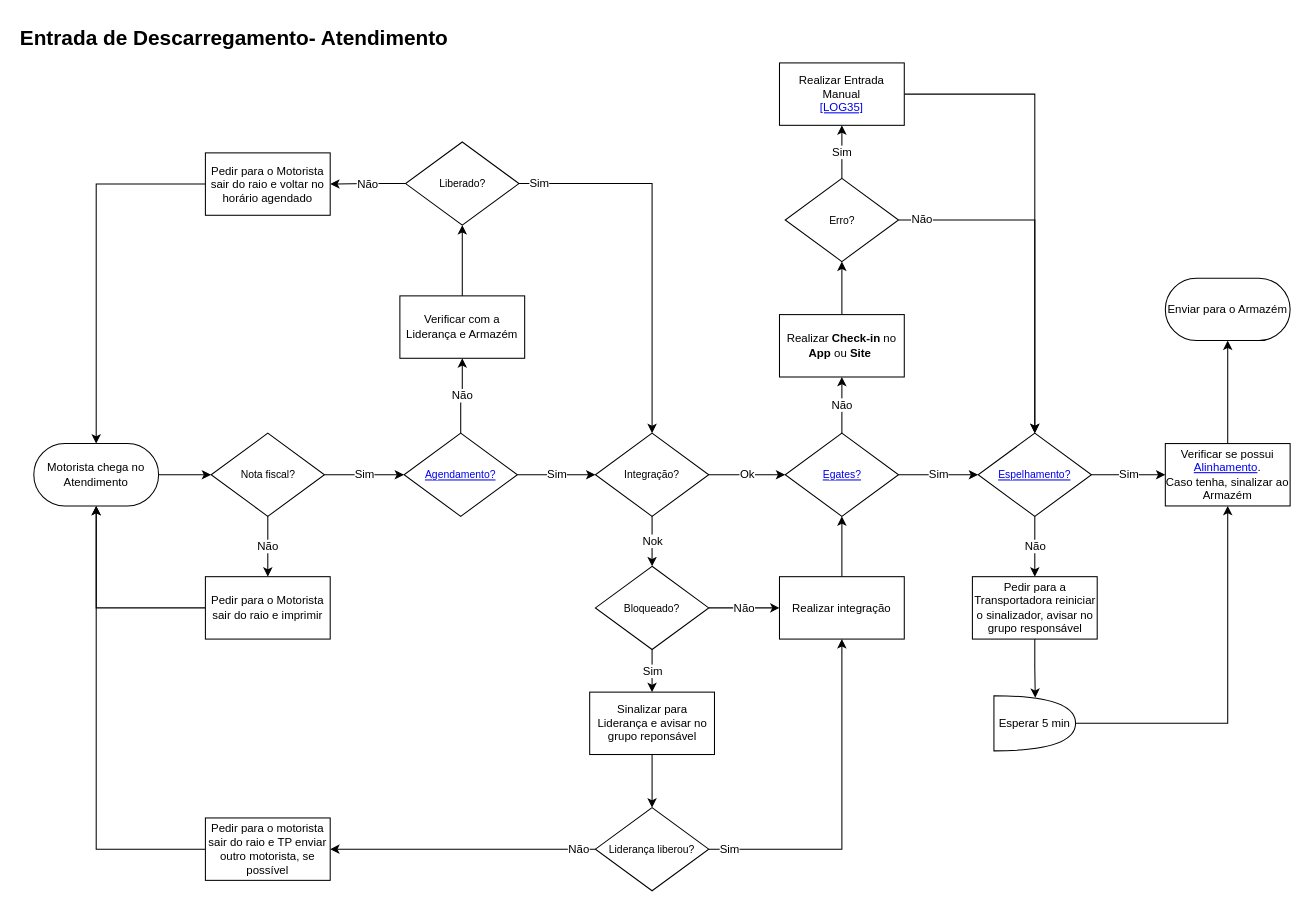
Above: Descarregamento.drawio in VictorAlvesMatias/fluxogramas (draw.io), before the change. Source tidied: cells renumbered, new cells numbered last; positions are measured from the earlier drawing's top-left corner, leaving out a move shared by most shapes. Both pictures are drawn from the tidied source at 104%, with x=0, y=0 at pixel (18, 18).
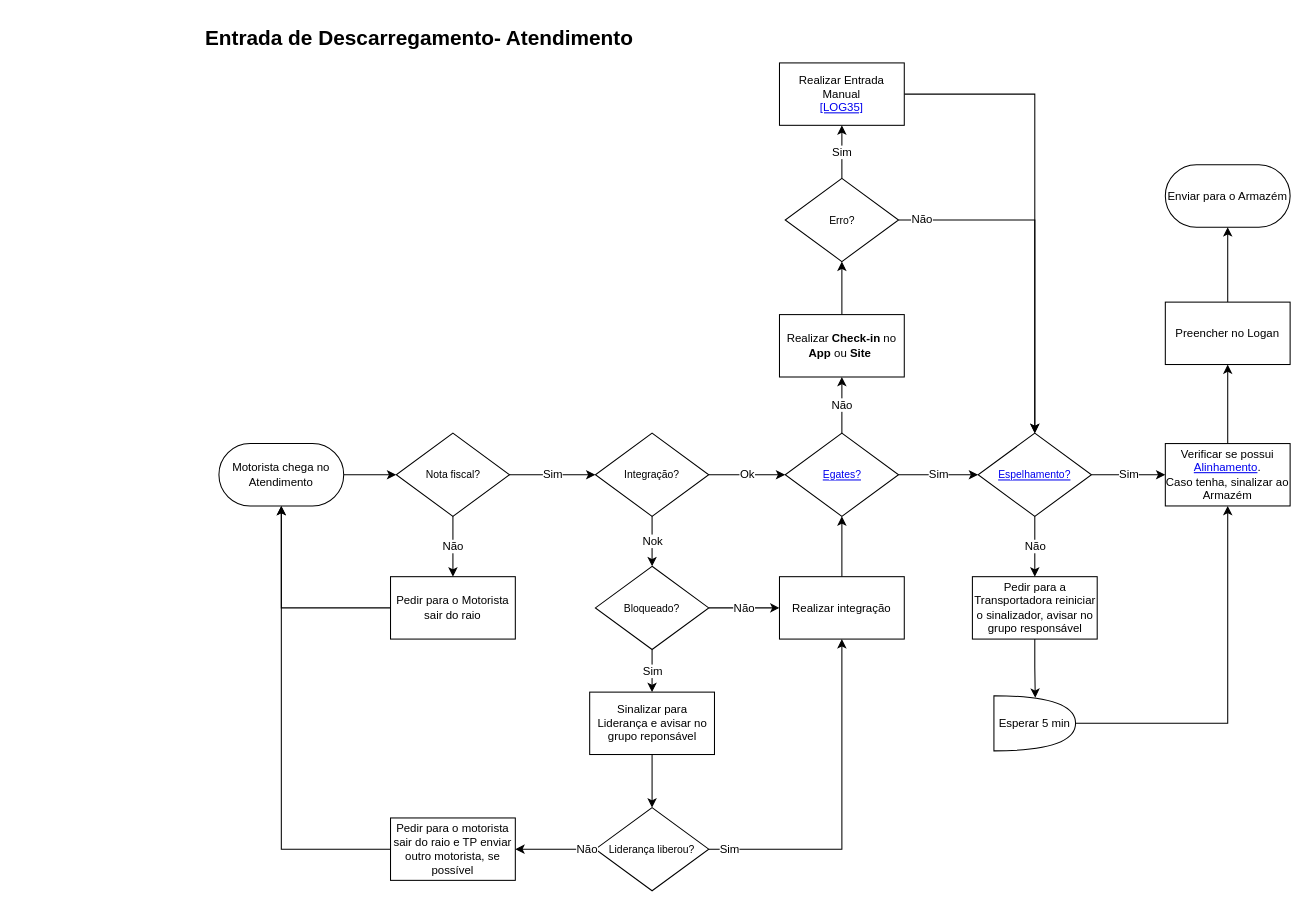
The same diagram, later.

Unchanged cells that the change refers to:
```xml
<mxCell id="39" value="Esperar 5 min" style="shape=or;whiteSpace=wrap;html=1;fontFamily=Helvetica;fontSize=11;fontColor=default;labelBackgroundColor=default;" parent="1" vertex="1">
  <mxGeometry x="938.2" y="651.5" width="78.5" height="53" as="geometry" />
</mxCell>
<mxCell id="45" value="Integração?" style="rhombus;whiteSpace=wrap;html=1;fontSize=10;" parent="1" vertex="1">
  <mxGeometry x="555" y="399" width="109" height="80" as="geometry" />
</mxCell>
```

The edit, as a diff of the source:
```diff
@@
     <mxCell id="2" value="Entrada de Descarregamento- Atendimento&lt;div style=&quot;&quot;&gt;&lt;br&gt;&lt;/div&gt;" style="text;html=1;align=left;verticalAlign=middle;whiteSpace=wrap;rounded=0;fontStyle=1;fontSize=20;" parent="1" vertex="1">
-      <mxGeometry width="435" height="59.3" as="geometry" />
+      <mxGeometry x="178" width="435" height="59.3" as="geometry" />
     </mxCell>
@@
     <mxCell id="4" value="Motorista chega no Atendimento" style="rounded=1;whiteSpace=wrap;html=1;arcSize=50;fontSize=11;" parent="1" vertex="1">
-      <mxGeometry x="15" y="409" width="120" height="60" as="geometry" />
+      <mxGeometry x="193" y="409" width="120" height="60" as="geometry" />
     </mxCell>
     <mxCell id="5" value="Nota fiscal?" style="rhombus;whiteSpace=wrap;html=1;fontSize=10;" parent="1" vertex="1">
-      <mxGeometry x="185.5" y="399" width="109" height="80" as="geometry" />
+      <mxGeometry x="363.5" y="399" width="109" height="80" as="geometry" />
     </mxCell>
@@
-    <mxCell id="7" value="Pedir para o Motorista sair do raio e imprimir" style="rounded=0;whiteSpace=wrap;html=1;fontSize=11;" parent="1" vertex="1">
-      <mxGeometry x="180" y="537" width="120" height="60" as="geometry" />
+    <mxCell id="7" value="Pedir para o Motorista sair do raio" style="rounded=0;whiteSpace=wrap;html=1;fontSize=11;" parent="1" vertex="1">
+      <mxGeometry x="358" y="537" width="120" height="60" as="geometry" />
     </mxCell>
@@
-    <mxCell id="9" value="Sim" style="edgeStyle=orthogonalEdgeStyle;rounded=0;jettySize=auto;html=1;entryX=0;entryY=0.5;entryDx=0;entryDy=0;strokeColor=#000000;exitX=1;exitY=0.5;exitDx=0;exitDy=0;" parent="1" edge="1" source="5">
-      <mxGeometry relative="1" as="geometry">
-        <mxPoint x="371" y="439" as="targetPoint" />
-      </mxGeometry>
+    <mxCell id="9" value="Sim" style="edgeStyle=orthogonalEdgeStyle;rounded=0;jettySize=auto;html=1;entryX=0;entryY=0.5;entryDx=0;entryDy=0;strokeColor=#000000;exitX=1;exitY=0.5;exitDx=0;exitDy=0;" parent="1" edge="1" source="5" target="45">
+      <mxGeometry relative="1" as="geometry" />
     </mxCell>
     <mxCell id="10" style="edgeStyle=orthogonalEdgeStyle;rounded=0;jettySize=auto;html=1;entryX=0.5;entryY=0;entryDx=0;entryDy=0;exitX=0.5;exitY=1;exitDx=0;exitDy=0;strokeColor=#FF0000;" parent="1" edge="1" source="5">
       <mxGeometry relative="1" as="geometry">
-        <mxPoint x="240" y="479" as="targetPoint" />
+        <mxPoint x="418" y="479" as="targetPoint" />
       </mxGeometry>
     </mxCell>
-    <mxCell id="11" value="Não" style="edgeStyle=orthogonalEdgeStyle;rounded=0;jettySize=auto;html=1;entryX=0.5;entryY=1;entryDx=0;entryDy=0;strokeColor=default;align=center;verticalAlign=middle;fontFamily=Helvetica;fontSize=11;fontColor=default;labelBackgroundColor=default;endArrow=classic;" parent="1" edge="1" source="12" target="31">
-      <mxGeometry relative="1" as="geometry" />
-    </mxCell>
-    <mxCell id="12" value="&lt;a href=&quot;https://trackandtrace.com.br/core/monitoring/schedule&quot;&gt;Agendamento?&lt;/a&gt;" style="rhombus;whiteSpace=wrap;html=1;fontSize=10;" parent="1" vertex="1">
-      <mxGeometry x="371" y="399" width="109" height="80" as="geometry" />
-    </mxCell>
-    <mxCell id="13" value="Sim" style="edgeStyle=orthogonalEdgeStyle;rounded=0;jettySize=auto;html=1;entryX=0;entryY=0.5;entryDx=0;entryDy=0;strokeColor=#000000;exitX=1;exitY=0.5;exitDx=0;exitDy=0;" parent="1" edge="1" source="12" target="45">
-      <mxGeometry relative="1" as="geometry" />
-    </mxCell>
@@
-    <mxCell id="30" style="edgeStyle=orthogonalEdgeStyle;rounded=0;jettySize=auto;html=1;entryX=0.5;entryY=1;entryDx=0;entryDy=0;strokeColor=default;align=center;verticalAlign=middle;fontFamily=Helvetica;fontSize=11;fontColor=default;labelBackgroundColor=default;endArrow=classic;" parent="1" edge="1" source="31" target="34">
-      <mxGeometry relative="1" as="geometry" />
-    </mxCell>
-    <mxCell id="31" value="Verificar com a Liderança e Armazém" style="rounded=0;whiteSpace=wrap;html=1;fontSize=11;" parent="1" vertex="1">
-      <mxGeometry x="367" y="267" width="120" height="60" as="geometry" />
-    </mxCell>
-    <mxCell id="32" style="edgeStyle=orthogonalEdgeStyle;rounded=0;jettySize=auto;html=1;strokeColor=default;align=center;verticalAlign=middle;fontFamily=Helvetica;fontSize=11;fontColor=default;labelBackgroundColor=default;endArrow=classic;exitX=1;exitY=0.5;exitDx=0;exitDy=0;" parent="1" edge="1" source="34" target="45">
-      <mxGeometry relative="1" as="geometry" />
-    </mxCell>
-    <mxCell id="33" value="Não" style="edgeStyle=orthogonalEdgeStyle;rounded=0;jettySize=auto;html=1;entryX=1;entryY=0.5;entryDx=0;entryDy=0;strokeColor=default;align=center;verticalAlign=middle;fontFamily=Helvetica;fontSize=11;fontColor=default;labelBackgroundColor=default;endArrow=classic;exitX=0;exitY=0.5;exitDx=0;exitDy=0;" parent="1" edge="1" source="34" target="37">
-      <mxGeometry relative="1" as="geometry" />
-    </mxCell>
-    <mxCell id="34" value="Liberado?" style="rhombus;whiteSpace=wrap;html=1;fontSize=10;" parent="1" vertex="1">
-      <mxGeometry x="372.5" y="119" width="109" height="80" as="geometry" />
-    </mxCell>
-    <mxCell id="35" value="Sim" style="text;html=1;align=center;verticalAlign=middle;whiteSpace=wrap;rounded=0;fontFamily=Helvetica;fontSize=11;fontColor=default;labelBackgroundColor=default;" parent="1" vertex="1">
-      <mxGeometry x="491" y="153" width="21" height="11" as="geometry" />
-    </mxCell>
-    <mxCell id="36" style="edgeStyle=orthogonalEdgeStyle;rounded=0;jettySize=auto;html=1;strokeColor=default;align=center;verticalAlign=middle;fontFamily=Helvetica;fontSize=11;fontColor=default;labelBackgroundColor=default;endArrow=classic;" parent="1" edge="1" source="37" target="4">
-      <mxGeometry relative="1" as="geometry" />
-    </mxCell>
-    <mxCell id="37" value="Pedir para o Motorista sair do raio e voltar no horário agendado" style="rounded=0;whiteSpace=wrap;html=1;fontSize=11;" parent="1" vertex="1">
-      <mxGeometry x="180" y="129.5" width="120" height="60" as="geometry" />
-    </mxCell>
-    <mxCell id="38" style="edgeStyle=orthogonalEdgeStyle;rounded=0;jettySize=auto;html=1;strokeColor=default;align=center;verticalAlign=middle;fontFamily=Helvetica;fontSize=11;fontColor=default;labelBackgroundColor=default;endArrow=classic;" parent="1" edge="1" source="39" target="41">
+    <mxCell id="38" style="edgeStyle=orthogonalEdgeStyle;rounded=0;jettySize=auto;html=1;strokeColor=default;align=center;verticalAlign=middle;fontFamily=Helvetica;fontSize=11;fontColor=default;labelBackgroundColor=default;endArrow=classic;entryX=0.5;entryY=1;entryDx=0;entryDy=0;" parent="1" edge="1" source="39" target="41">
       <mxGeometry relative="1" as="geometry" />
     </mxCell>
@@
-    <mxCell id="40" style="edgeStyle=orthogonalEdgeStyle;rounded=0;jettySize=auto;html=1;strokeColor=default;align=center;verticalAlign=middle;fontFamily=Helvetica;fontSize=11;fontColor=default;labelBackgroundColor=default;endArrow=classic;" parent="1" edge="1" source="41" target="42">
-      <mxGeometry relative="1" as="geometry" />
-    </mxCell>
-    <mxCell id="41" value="Verificar se possui &lt;a href=&quot;https://anheuserbuschinbev-my.sharepoint.com/:x:/r/personal/99821156_ambev_com_br/_layouts/15/doc2.aspx?sourcedoc=%7Bd540b165-c951-422d-8da9-9b79c941bcb3%7D&amp;amp;action=default&quot;&gt;Alinhamento&lt;/a&gt;.&lt;br&gt;Caso tenha, sinalizar ao Armazém" style="rounded=0;whiteSpace=wrap;html=1;fontSize=11;" parent="1" vertex="1">
-      <mxGeometry x="1103" y="409" width="120" height="60" as="geometry" />
-    </mxCell>
-    <mxCell id="42" value="Enviar para o Armazém" style="rounded=1;whiteSpace=wrap;html=1;arcSize=50;fontSize=11;" parent="1" vertex="1">
-      <mxGeometry x="1103" y="250" width="120" height="60" as="geometry" />
-    </mxCell>
@@
     <mxCell id="58" value="Pedir para o motorista sair do raio e TP enviar outro motorista, se possível" style="rounded=0;whiteSpace=wrap;html=1;fontSize=11;" parent="1" vertex="1">
-      <mxGeometry x="180" y="769" width="120" height="60" as="geometry" />
+      <mxGeometry x="358" y="769" width="120" height="60" as="geometry" />
     </mxCell>
     <mxCell id="59" value="Não" style="text;html=1;align=center;verticalAlign=middle;whiteSpace=wrap;rounded=0;fontFamily=Helvetica;fontSize=11;fontColor=default;labelBackgroundColor=default;" parent="1" vertex="1">
-      <mxGeometry x="529" y="793.5" width="21" height="11" as="geometry" />
+      <mxGeometry x="537" y="793.5" width="21" height="11" as="geometry" />
     </mxCell>
+    <mxCell id="60" style="edgeStyle=orthogonalEdgeStyle;rounded=0;jettySize=auto;html=1;strokeColor=default;align=center;verticalAlign=middle;fontFamily=Helvetica;fontSize=11;fontColor=default;labelBackgroundColor=default;endArrow=classic;entryX=0.5;entryY=1;entryDx=0;entryDy=0;" parent="1" edge="1" source="41" target="62">
+      <mxGeometry relative="1" as="geometry" />
+    </mxCell>
+    <mxCell id="41" value="Verificar se possui &lt;a href=&quot;https://anheuserbuschinbev-my.sharepoint.com/:x:/r/personal/99821156_ambev_com_br/_layouts/15/doc2.aspx?sourcedoc=%7Bd540b165-c951-422d-8da9-9b79c941bcb3%7D&amp;amp;action=default&quot;&gt;Alinhamento&lt;/a&gt;.&lt;br&gt;Caso tenha, sinalizar ao Armazém" style="rounded=0;whiteSpace=wrap;html=1;fontSize=11;" parent="1" vertex="1">
+      <mxGeometry x="1103" y="409" width="120" height="60" as="geometry" />
+    </mxCell>
+    <mxCell id="42" value="Enviar para o Armazém" style="rounded=1;whiteSpace=wrap;html=1;arcSize=50;fontSize=11;" parent="1" vertex="1">
+      <mxGeometry x="1103" y="141" width="120" height="60" as="geometry" />
+    </mxCell>
+    <mxCell id="61" style="edgeStyle=orthogonalEdgeStyle;rounded=0;jettySize=auto;html=1;" parent="1" edge="1" source="62" target="42">
+      <mxGeometry relative="1" as="geometry" />
+    </mxCell>
+    <mxCell id="62" value="Preencher no Logan" style="rounded=0;whiteSpace=wrap;html=1;fontSize=11;" parent="1" vertex="1">
+      <mxGeometry x="1103" y="273" width="120" height="60" as="geometry" />
+    </mxCell>
```
